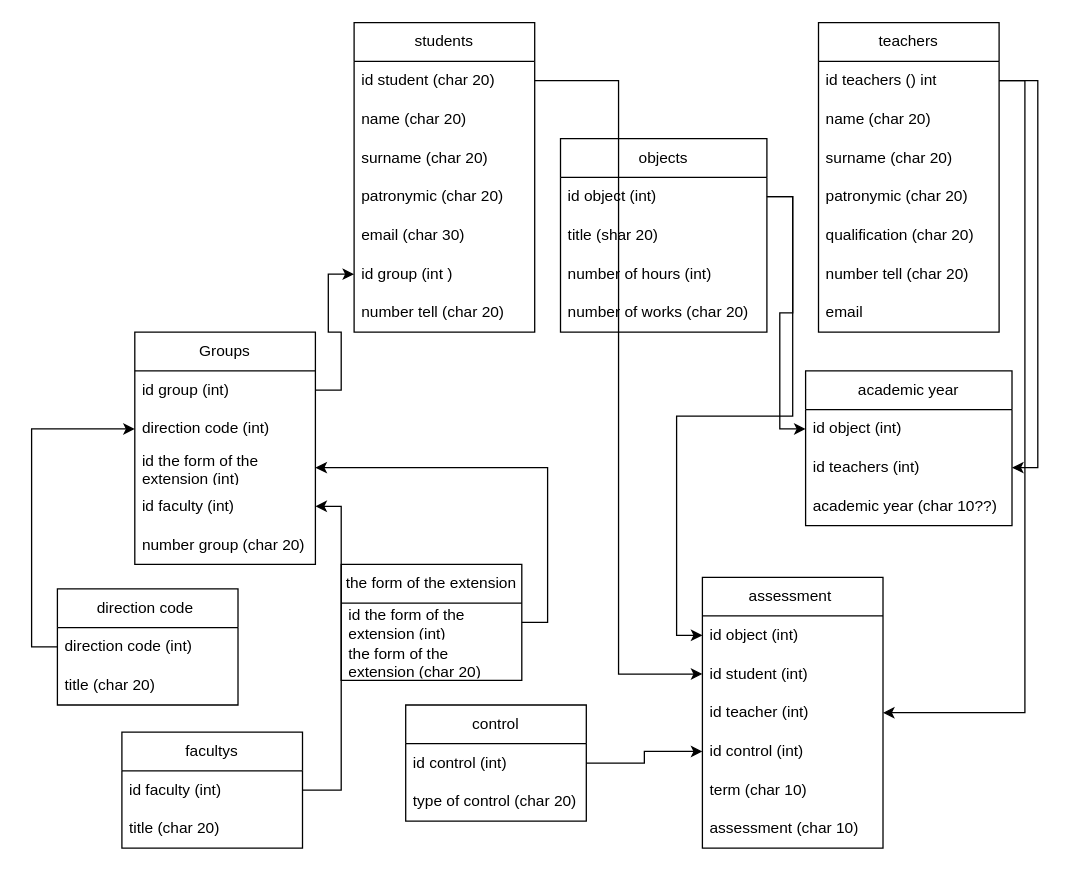
Besstryb/SYBD keeps this draw.io diagram as Fizic ver.drawio. Above is the earlier version. Source tidied: cells renumbered, new cells numbered last; positions are measured from the earlier drawing's top-left corner, leaving out a move shared by most shapes. Both pictures are drawn from the tidied source at 129%, with x=0, y=0 at pixel (57, 22).
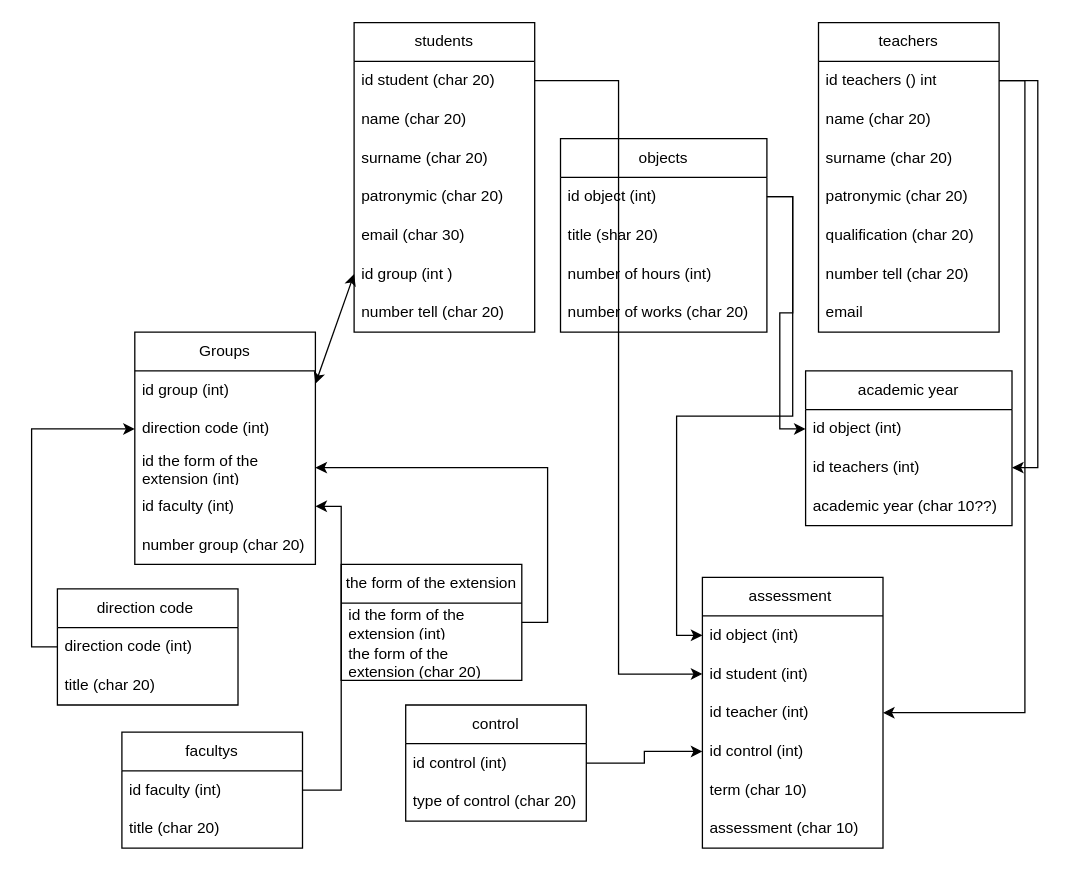
Above is the later version.

Unchanged cells that the change refers to:
```xml
<mxCell id="13" value="id group (int )" style="text;strokeColor=none;fillColor=none;align=left;verticalAlign=middle;spacingLeft=4;spacingRight=4;overflow=hidden;points=[[0,0.5],[1,0.5]];portConstraint=eastwest;whiteSpace=wrap;html=1;" parent="7" vertex="1">
  <mxGeometry y="180" width="140" height="30" as="geometry" />
</mxCell>
<mxCell id="16" value="id group (int)" style="text;strokeColor=none;fillColor=none;align=left;verticalAlign=middle;spacingLeft=4;spacingRight=4;overflow=hidden;points=[[0,0.5],[1,0.5]];portConstraint=eastwest;whiteSpace=wrap;html=1;" parent="15" vertex="1">
  <mxGeometry y="30" width="140" height="30" as="geometry" />
</mxCell>
```

What changed in the source:
```diff
@@
-    <mxCell id="55" style="edgeStyle=orthogonalEdgeStyle;rounded=0;jettySize=auto;html=1;exitX=1;exitY=0.5;exitDx=0;exitDy=0;entryX=0;entryY=0.5;entryDx=0;entryDy=0;" parent="1" edge="1" source="16" target="13">
-      <mxGeometry relative="1" as="geometry" />
-    </mxCell>
@@
+    <mxCell id="62" style="endArrow=classic;startArrow=classic;html=1;rounded=0;entryX=0;entryY=0.5;entryDx=0;entryDy=0;" parent="1" edge="1" target="13">
+      <mxGeometry relative="1" as="geometry">
+        <mxPoint x="200" y="280" as="sourcePoint" />
+      </mxGeometry>
+    </mxCell>
```
